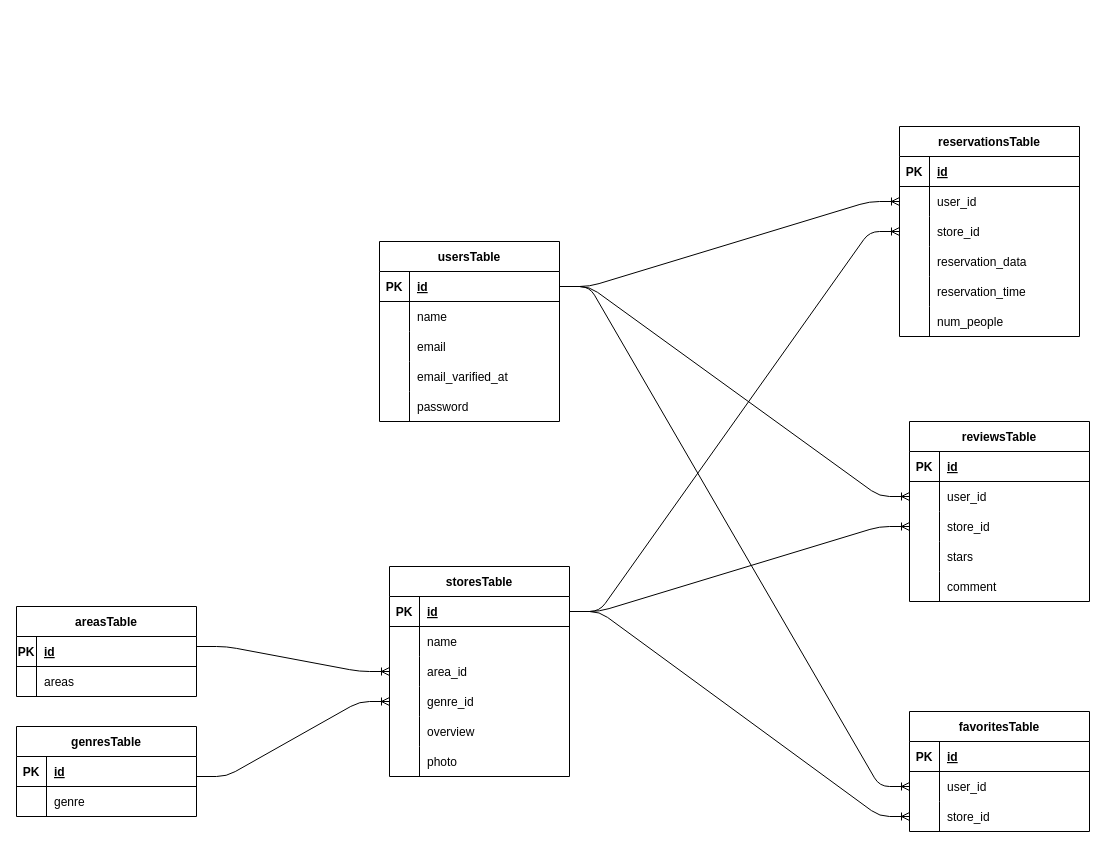
Above: Rese.dio in hosomitadasi/Rese (draw.io), before the change. Source tidied: cells renumbered, new cells numbered last; positions are measured from the earlier drawing's top-left corner, leaving out a move shared by most shapes. Both pictures are drawn from the tidied source at 100%, with x=0, y=0 at pixel (16, 126).
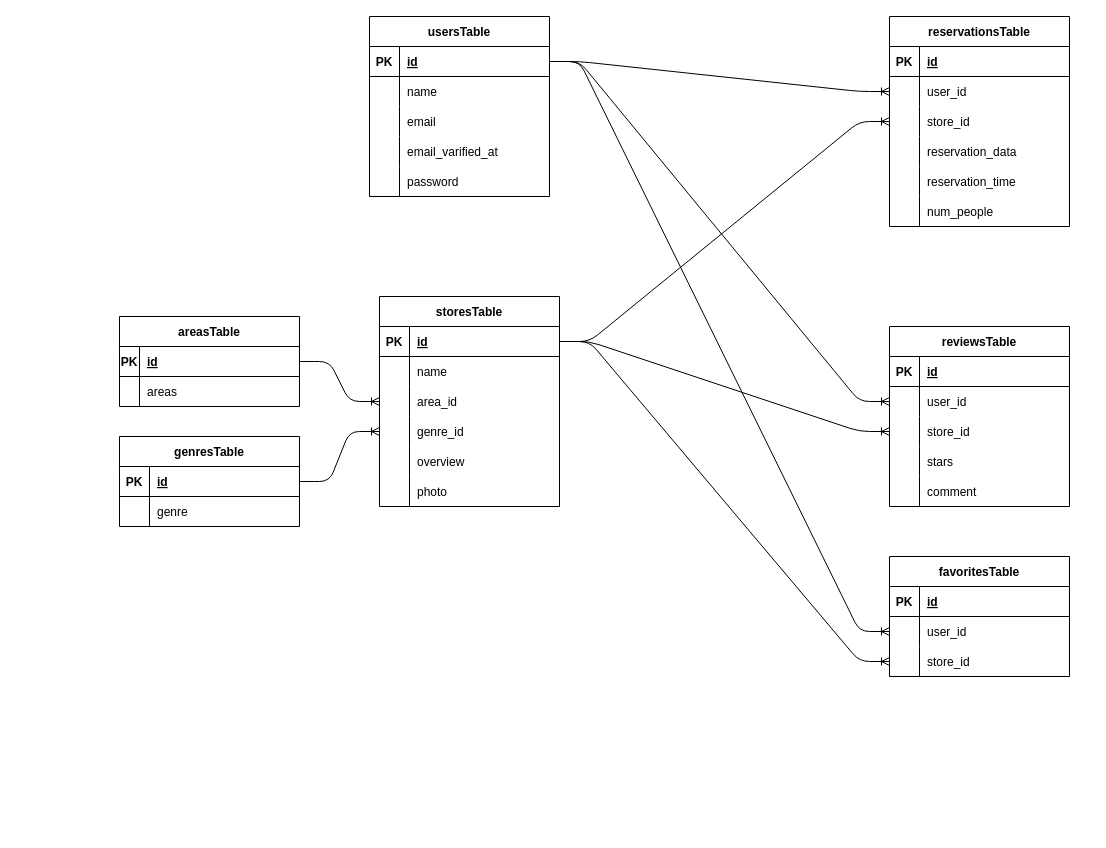
Above is the later version.

Unchanged cells that the change refers to:
```xml
<mxCell id="6" style="shape=tableRow;horizontal=0;startSize=0;swimlaneHead=0;swimlaneBody=0;fillColor=none;points=[[0,0.5],[1,0.5]];portConstraint=eastwest;top=0;left=0;right=0;bottom=0;" parent="2" vertex="1">
  <mxGeometry y="60" width="180" height="30" as="geometry" />
</mxCell>
<mxCell id="22" style="shape=tableRow;horizontal=0;startSize=0;swimlaneHead=0;swimlaneBody=0;fillColor=none;points=[[0,0.5],[1,0.5]];portConstraint=eastwest;top=0;left=0;right=0;bottom=1;" parent="21" vertex="1">
  <mxGeometry y="30" width="180" height="30" as="geometry" />
</mxCell>
<mxCell id="42" style="shape=tableRow;horizontal=0;startSize=0;swimlaneHead=0;swimlaneBody=0;fillColor=none;points=[[0,0.5],[1,0.5]];portConstraint=eastwest;top=0;left=0;right=0;bottom=0;" parent="38" vertex="1">
  <mxGeometry y="60" width="180" height="30" as="geometry" />
</mxCell>
<mxCell id="55" style="shape=tableRow;horizontal=0;startSize=0;swimlaneHead=0;swimlaneBody=0;fillColor=none;points=[[0,0.5],[1,0.5]];portConstraint=eastwest;top=0;left=0;right=0;bottom=1;" parent="54" vertex="1">
  <mxGeometry y="30" width="180" height="30" as="geometry" />
</mxCell>
<mxCell id="68" style="shape=tableRow;horizontal=0;startSize=0;swimlaneHead=0;swimlaneBody=0;fillColor=none;points=[[0,0.5],[1,0.5]];portConstraint=eastwest;top=0;left=0;right=0;bottom=0;" parent="61" vertex="1">
  <mxGeometry y="90" width="180" height="30" as="geometry" />
</mxCell>
<mxCell id="71" style="shape=tableRow;horizontal=0;startSize=0;swimlaneHead=0;swimlaneBody=0;fillColor=none;points=[[0,0.5],[1,0.5]];portConstraint=eastwest;top=0;left=0;right=0;bottom=0;" parent="61" vertex="1">
  <mxGeometry y="120" width="180" height="30" as="geometry" />
</mxCell>
<mxCell id="81" style="shape=tableRow;horizontal=0;startSize=0;swimlaneHead=0;swimlaneBody=0;fillColor=none;points=[[0,0.5],[1,0.5]];portConstraint=eastwest;top=0;left=0;right=0;bottom=1;" parent="80" vertex="1">
  <mxGeometry y="30" width="180" height="30" as="geometry" />
</mxCell>
```

What changed in the source:
```diff
@@
     <mxCell id="2" value="reservationsTable" style="shape=table;startSize=30;childLayout=tableLayout;rowLines=0;fontStyle=1;align=center;" parent="1" vertex="1">
-      <mxGeometry x="883" width="180" height="210" as="geometry" />
+      <mxGeometry x="873" y="-110" width="180" height="210" as="geometry" />
     </mxCell>
@@
     <mxCell id="21" value="genresTable" style="shape=table;startSize=30;childLayout=tableLayout;rowLines=0;fontStyle=1;align=center;" parent="1" vertex="1">
-      <mxGeometry y="600" width="180" height="90" as="geometry" />
+      <mxGeometry x="103" y="310" width="180" height="90" as="geometry" />
     </mxCell>
@@
     <mxCell id="28" value="favoritesTable" style="shape=table;startSize=30;childLayout=tableLayout;rowLines=0;fontStyle=1;align=center;" parent="1" vertex="1">
-      <mxGeometry x="893" y="585" width="180" height="120" as="geometry" />
+      <mxGeometry x="873" y="430" width="180" height="120" as="geometry" />
     </mxCell>
@@
     <mxCell id="38" value="reviewsTable" style="shape=table;startSize=30;childLayout=tableLayout;rowLines=0;fontStyle=1;align=center;" parent="1" vertex="1">
-      <mxGeometry x="893" y="295" width="180" height="180" as="geometry" />
+      <mxGeometry x="873" y="200" width="180" height="180" as="geometry" />
     </mxCell>
@@
     <mxCell id="54" value="areasTable" style="shape=table;startSize=30;childLayout=tableLayout;rowLines=0;fontStyle=1;align=center;" parent="1" vertex="1">
-      <mxGeometry y="480" width="180" height="90" as="geometry" />
+      <mxGeometry x="103" y="190" width="180" height="90" as="geometry" />
     </mxCell>
@@
     <mxCell id="61" value="storesTable" style="shape=table;startSize=30;childLayout=tableLayout;rowLines=0;fontStyle=1;align=center;" parent="1" vertex="1">
-      <mxGeometry x="373" y="440" width="180" height="210" as="geometry" />
+      <mxGeometry x="363" y="170" width="180" height="210" as="geometry" />
     </mxCell>
@@
     <mxCell id="80" value="usersTable" style="shape=table;startSize=30;childLayout=tableLayout;rowLines=0;fontStyle=1;align=center;" parent="1" vertex="1">
-      <mxGeometry x="363" y="115" width="180" height="180" as="geometry" />
+      <mxGeometry x="353" y="-110" width="180" height="180" as="geometry" />
     </mxCell>
@@
-    <mxCell id="96" style="edgeStyle=entityRelationEdgeStyle;fontSize=12;html=1;endArrow=ERoneToMany;entryX=0;entryY=0.5;entryDx=0;entryDy=0;" parent="1" edge="1" target="68">
-      <mxGeometry relative="1" as="geometry">
-        <mxPoint x="180" y="520" as="sourcePoint" />
-      </mxGeometry>
+    <mxCell id="96" style="edgeStyle=entityRelationEdgeStyle;fontSize=12;html=1;endArrow=ERoneToMany;entryX=0;entryY=0.5;entryDx=0;entryDy=0;exitX=1;exitY=0.5;exitDx=0;exitDy=0;" parent="1" edge="1" source="55" target="68">
+      <mxGeometry relative="1" as="geometry" />
     </mxCell>
-    <mxCell id="97" style="edgeStyle=entityRelationEdgeStyle;fontSize=12;html=1;endArrow=ERoneToMany;entryX=0;entryY=0.5;entryDx=0;entryDy=0;" parent="1" edge="1" target="71">
-      <mxGeometry relative="1" as="geometry">
-        <mxPoint x="180" y="650" as="sourcePoint" />
-      </mxGeometry>
+    <mxCell id="97" style="edgeStyle=entityRelationEdgeStyle;fontSize=12;html=1;endArrow=ERoneToMany;entryX=0;entryY=0.5;entryDx=0;entryDy=0;exitX=1;exitY=0.5;exitDx=0;exitDy=0;" parent="1" edge="1" source="22" target="71">
+      <mxGeometry relative="1" as="geometry" />
     </mxCell>
-    <mxCell id="98" style="edgeStyle=entityRelationEdgeStyle;fontSize=12;html=1;endArrow=ERoneToMany;entryX=0;entryY=0.5;entryDx=0;entryDy=0;" parent="1" edge="1" target="6">
-      <mxGeometry relative="1" as="geometry">
-        <mxPoint x="543" y="160" as="sourcePoint" />
-      </mxGeometry>
+    <mxCell id="98" style="edgeStyle=entityRelationEdgeStyle;fontSize=12;html=1;endArrow=ERoneToMany;entryX=0;entryY=0.5;entryDx=0;entryDy=0;exitX=1;exitY=0.5;exitDx=0;exitDy=0;" parent="1" edge="1" source="81" target="6">
+      <mxGeometry relative="1" as="geometry" />
     </mxCell>
-    <mxCell id="99" style="edgeStyle=entityRelationEdgeStyle;fontSize=12;html=1;endArrow=ERoneToMany;entryX=0;entryY=0.5;entryDx=0;entryDy=0;" parent="1" edge="1" target="42">
-      <mxGeometry relative="1" as="geometry">
-        <mxPoint x="543" y="160" as="sourcePoint" />
-      </mxGeometry>
+    <mxCell id="99" style="edgeStyle=entityRelationEdgeStyle;fontSize=12;html=1;endArrow=ERoneToMany;entryX=0;entryY=0.5;entryDx=0;entryDy=0;exitX=1;exitY=0.5;exitDx=0;exitDy=0;" parent="1" edge="1" source="81" target="42">
+      <mxGeometry relative="1" as="geometry" />
     </mxCell>
```
